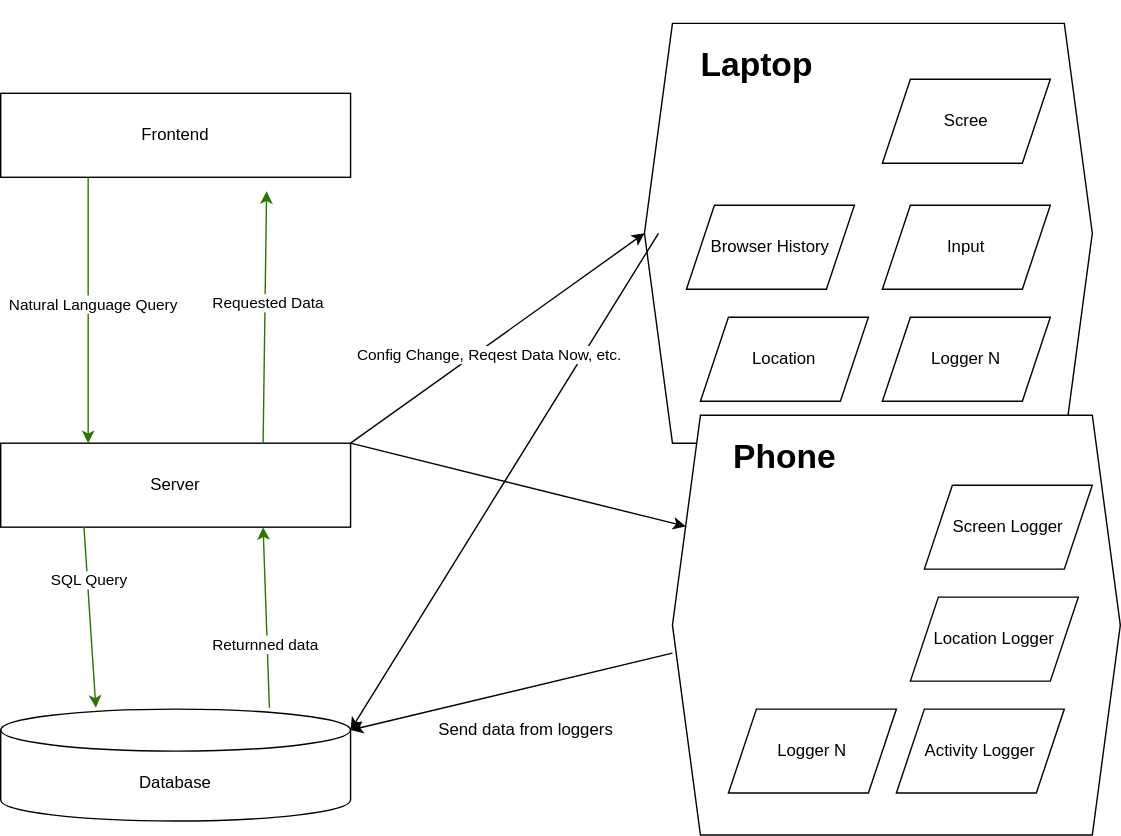
Above: docs/Lifelog.drawio.svg in MattHandzel/lifelog (draw.io), before the change. Source tidied: cells renumbered, new cells last; positions are measured from the earlier drawing's top-left corner, leaving out a move shared by most shapes.
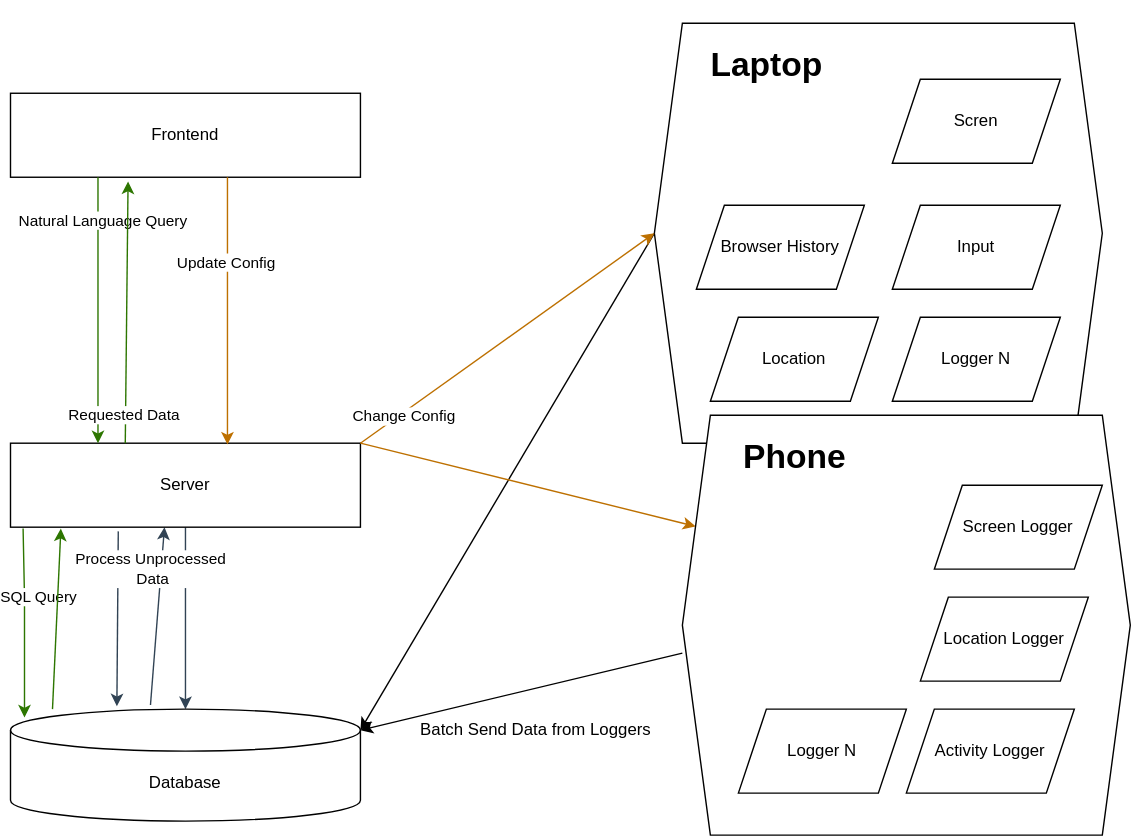
The same diagram one commit later.

Change to the diagram source:
```diff
@@ -2,6 +2,12 @@
   <root>
     <mxCell id="0" />
     <mxCell id="1" parent="0" />
+    <mxCell id="35" style="endArrow=classic;html=1;rounded=0;entryX=0.5;entryY=0;entryDx=0;entryDy=0;entryPerimeter=0;exitX=0.5;exitY=1;exitDx=0;exitDy=0;fillColor=#647687;strokeColor=#314354;" parent="1" edge="1" source="13" target="7">
+      <mxGeometry relative="1" as="geometry" />
+    </mxCell>
+    <mxCell id="36" style="endArrow=classic;html=1;rounded=0;entryX=0.44;entryY=1;entryDx=0;entryDy=0;exitX=0.4;exitY=-0.037;exitDx=0;exitDy=0;exitPerimeter=0;fillColor=#647687;strokeColor=#314354;entryPerimeter=0;" parent="1" edge="1" source="7" target="13">
+      <mxGeometry relative="1" as="geometry" />
+    </mxCell>
     <mxCell id="2" style="group;" parent="1" vertex="1">
       <mxGeometry x="460" width="320" height="300" as="geometry" />
     </mxCell>
@@ -20,7 +26,7 @@
     <mxCell id="7" value="Database" style="shape=cylinder3;whiteSpace=wrap;html=1;boundedLbl=1;backgroundOutline=1;size=15;" parent="1" vertex="1">
       <mxGeometry y="490" width="250" height="80" as="geometry" />
     </mxCell>
-    <mxCell id="8" value="Scree " style="shape=parallelogram;perimeter=parallelogramPerimeter;whiteSpace=wrap;html=1;fixedSize=1;" parent="1" vertex="1">
+    <mxCell id="8" value="Scren " style="shape=parallelogram;perimeter=parallelogramPerimeter;whiteSpace=wrap;html=1;fixedSize=1;" parent="1" vertex="1">
       <mxGeometry x="630" y="40" width="120" height="60" as="geometry" />
     </mxCell>
     <mxCell id="9" value="Input" style="shape=parallelogram;perimeter=parallelogramPerimeter;whiteSpace=wrap;html=1;fixedSize=1;" parent="1" vertex="1">
@@ -34,21 +40,21 @@
         <mxPoint x="480" y="450" as="sourcePoint" />
       </mxGeometry>
     </mxCell>
-    <mxCell id="12" style="endArrow=classic;html=1;rounded=0;entryX=1;entryY=0;entryDx=0;entryDy=15;entryPerimeter=0;" parent="1" edge="1" target="7">
-      <mxGeometry relative="1" as="geometry">
-        <mxPoint x="470" y="150" as="sourcePoint" />
-      </mxGeometry>
+    <mxCell id="12" style="endArrow=classic;html=1;rounded=0;entryX=1;entryY=0;entryDx=0;entryDy=15;entryPerimeter=0;exitX=0;exitY=0.5;exitDx=0;exitDy=0;" parent="1" edge="1" source="3" target="7">
+      <mxGeometry relative="1" as="geometry" />
     </mxCell>
     <mxCell id="13" value="Server" style="rounded=0;whiteSpace=wrap;html=1;" parent="1" vertex="1">
       <mxGeometry y="300" width="250" height="60" as="geometry" />
     </mxCell>
-    <mxCell id="14" style="endArrow=classic;html=1;rounded=0;entryX=0;entryY=0.5;entryDx=0;entryDy=0;exitX=1;exitY=0;exitDx=0;exitDy=0;" parent="1" edge="1" source="13" target="3">
+    <mxCell id="14" style="endArrow=classic;html=1;rounded=0;entryX=0;entryY=0.5;entryDx=0;entryDy=0;exitX=1;exitY=0;exitDx=0;exitDy=0;fillColor=#f0a30a;strokeColor=#BD7000;" parent="1" edge="1" source="13" target="3">
       <mxGeometry relative="1" as="geometry" />
     </mxCell>
-    <mxCell id="15" value="Config Change, Reqest Data Now, etc." style="edgeLabel;html=1;align=center;verticalAlign=middle;" parent="14" vertex="1">
-      <mxGeometry x="-0.09" y="-5" relative="1" as="geometry" />
+    <mxCell id="15" value="Change Config" style="edgeLabel;html=1;align=center;verticalAlign=middle;" parent="14" vertex="1">
+      <mxGeometry x="-0.09" y="-5" relative="1" as="geometry">
+        <mxPoint x="-68" y="44" as="offset" />
+      </mxGeometry>
     </mxCell>
-    <mxCell id="16" style="endArrow=classic;html=1;rounded=0;entryX=0;entryY=0.25;entryDx=0;entryDy=0;exitX=1;exitY=0;exitDx=0;exitDy=0;" parent="1" edge="1" source="13" target="29">
+    <mxCell id="16" style="endArrow=classic;html=1;rounded=0;entryX=0;entryY=0.25;entryDx=0;entryDy=0;exitX=1;exitY=0;exitDx=0;exitDy=0;fillColor=#f0a30a;strokeColor=#BD7000;" parent="1" edge="1" source="13" target="29">
       <mxGeometry relative="1" as="geometry" />
     </mxCell>
     <mxCell id="17" value="Frontend" style="rounded=0;whiteSpace=wrap;html=1;" parent="1" vertex="1">
@@ -58,34 +64,41 @@
       <mxGeometry relative="1" as="geometry" />
     </mxCell>
     <mxCell id="19" value="Natural Language Query" style="edgeLabel;html=1;align=center;verticalAlign=middle;" parent="18" vertex="1">
-      <mxGeometry x="-0.05" y="3" relative="1" as="geometry" />
+      <mxGeometry x="-0.05" y="3" relative="1" as="geometry">
+        <mxPoint y="-60" as="offset" />
+      </mxGeometry>
     </mxCell>
-    <mxCell id="20" style="endArrow=classic;html=1;rounded=0;exitX=0.75;exitY=0;exitDx=0;exitDy=0;fillColor=#60a917;strokeColor=#2D7600;" parent="1" edge="1" source="13">
+    <mxCell id="20" style="endArrow=classic;html=1;rounded=0;exitX=0.328;exitY=-0.017;exitDx=0;exitDy=0;fillColor=#60a917;strokeColor=#2D7600;exitPerimeter=0;entryX=0.336;entryY=1.033;entryDx=0;entryDy=0;entryPerimeter=0;" parent="1" edge="1">
       <mxGeometry relative="1" as="geometry">
-        <mxPoint x="190" y="120" as="targetPoint" />
+        <mxPoint x="82" y="300" as="sourcePoint" />
+        <mxPoint x="84" y="113" as="targetPoint" />
       </mxGeometry>
     </mxCell>
     <mxCell id="21" value="Requested Data" style="edgeLabel;html=1;align=center;verticalAlign=middle;" parent="20" vertex="1">
       <mxGeometry x="0.34" y="2" relative="1" as="geometry">
-        <mxPoint x="3" y="21" as="offset" />
+        <mxPoint x="-1" y="106" as="offset" />
       </mxGeometry>
     </mxCell>
-    <mxCell id="22" style="endArrow=classic;html=1;rounded=0;entryX=0.272;entryY=-0.012;entryDx=0;entryDy=0;entryPerimeter=0;exitX=0.75;exitY=1;exitDx=0;exitDy=0;fillColor=#60a917;strokeColor=#2D7600;" parent="1" edge="1" target="7">
+    <mxCell id="22" style="endArrow=classic;html=1;rounded=0;entryX=0.04;entryY=0.075;entryDx=0;entryDy=0;entryPerimeter=0;exitX=0.036;exitY=1.017;exitDx=0;exitDy=0;fillColor=#60a917;strokeColor=#2D7600;exitPerimeter=0;" parent="1" edge="1" source="13" target="7">
       <mxGeometry relative="1" as="geometry">
-        <mxPoint x="59.5" y="360" as="sourcePoint" />
+        <Array as="points">
+          <mxPoint x="10" y="410" />
+        </Array>
       </mxGeometry>
     </mxCell>
     <mxCell id="23" value="SQL Query" style="edgeLabel;html=1;align=center;verticalAlign=middle;" parent="22" vertex="1">
-      <mxGeometry x="-0.41" y="1" relative="1" as="geometry" />
+      <mxGeometry x="-0.41" y="1" relative="1" as="geometry">
+        <mxPoint x="9" y="9" as="offset" />
+      </mxGeometry>
     </mxCell>
-    <mxCell id="24" style="endArrow=classic;html=1;rounded=0;entryX=0.75;entryY=1;entryDx=0;entryDy=0;exitX=0.768;exitY=-0.012;exitDx=0;exitDy=0;exitPerimeter=0;fillColor=#60a917;strokeColor=#2D7600;" parent="1" edge="1" source="7" target="13">
-      <mxGeometry relative="1" as="geometry" />
+    <mxCell id="24" style="endArrow=classic;html=1;rounded=0;entryX=0.344;entryY=1.017;entryDx=0;entryDy=0;exitX=0.32;exitY=0;exitDx=0;exitDy=0;exitPerimeter=0;fillColor=#60a917;strokeColor=#2D7600;entryPerimeter=0;" parent="1" edge="1">
+      <mxGeometry relative="1" as="geometry">
+        <mxPoint x="30" y="490" as="sourcePoint" />
+        <mxPoint x="36" y="361" as="targetPoint" />
+      </mxGeometry>
     </mxCell>
-    <mxCell id="25" value="Returnned data" style="edgeLabel;html=1;align=center;verticalAlign=middle;" parent="24" vertex="1">
-      <mxGeometry x="-0.29" y="2" relative="1" as="geometry" />
-    </mxCell>
-    <mxCell id="26" value="Send data from loggers" style="text;html=1;align=center;verticalAlign=middle;strokeColor=none;fillColor=none;" parent="1" vertex="1">
-      <mxGeometry x="300" y="490" width="150" height="30" as="geometry" />
+    <mxCell id="26" value="Batch Send Data from Loggers" style="text;html=1;align=center;verticalAlign=middle;strokeColor=none;fillColor=none;" parent="1" vertex="1">
+      <mxGeometry x="280" y="490" width="190" height="30" as="geometry" />
     </mxCell>
     <mxCell id="27" style="group;" parent="1" vertex="1">
       <mxGeometry x="480" y="280" width="320" height="300" as="geometry" />
@@ -111,5 +124,21 @@
     <mxCell id="34" value="Screen Logger" style="shape=parallelogram;perimeter=parallelogramPerimeter;whiteSpace=wrap;html=1;fixedSize=1;" parent="27" vertex="1">
       <mxGeometry x="180" y="50" width="120" height="60" as="geometry" />
     </mxCell>
+    <mxCell id="37" style="endArrow=classic;html=1;rounded=0;entryX=0.62;entryY=0.017;entryDx=0;entryDy=0;entryPerimeter=0;exitX=0.62;exitY=1;exitDx=0;exitDy=0;exitPerimeter=0;fillColor=#f0a30a;strokeColor=#BD7000;" parent="1" edge="1" source="17" target="13">
+      <mxGeometry relative="1" as="geometry" />
+    </mxCell>
+    <mxCell id="38" value="&lt;div&gt;Update Config&lt;/div&gt;" style="edgeLabel;html=1;align=center;verticalAlign=middle;" parent="37" vertex="1">
+      <mxGeometry x="-0.29" y="-2" relative="1" as="geometry">
+        <mxPoint y="-8" as="offset" />
+      </mxGeometry>
+    </mxCell>
+    <mxCell id="39" style="endArrow=classic;html=1;rounded=0;entryX=0.304;entryY=-0.025;entryDx=0;entryDy=0;entryPerimeter=0;exitX=0.308;exitY=1.05;exitDx=0;exitDy=0;exitPerimeter=0;fillColor=#647687;strokeColor=#314354;" parent="1" edge="1" source="13" target="7">
+      <mxGeometry relative="1" as="geometry" />
+    </mxCell>
+    <mxCell id="40" value="&lt;div&gt;Process Unprocessed&lt;/div&gt;&lt;div&gt;&amp;nbsp;Data&lt;/div&gt;" style="edgeLabel;html=1;align=center;verticalAlign=middle;" parent="39" vertex="1">
+      <mxGeometry x="-0.5" y="-2" relative="1" as="geometry">
+        <mxPoint x="25" y="-4" as="offset" />
+      </mxGeometry>
+    </mxCell>
   </root>
 </mxGraphModel>
```
